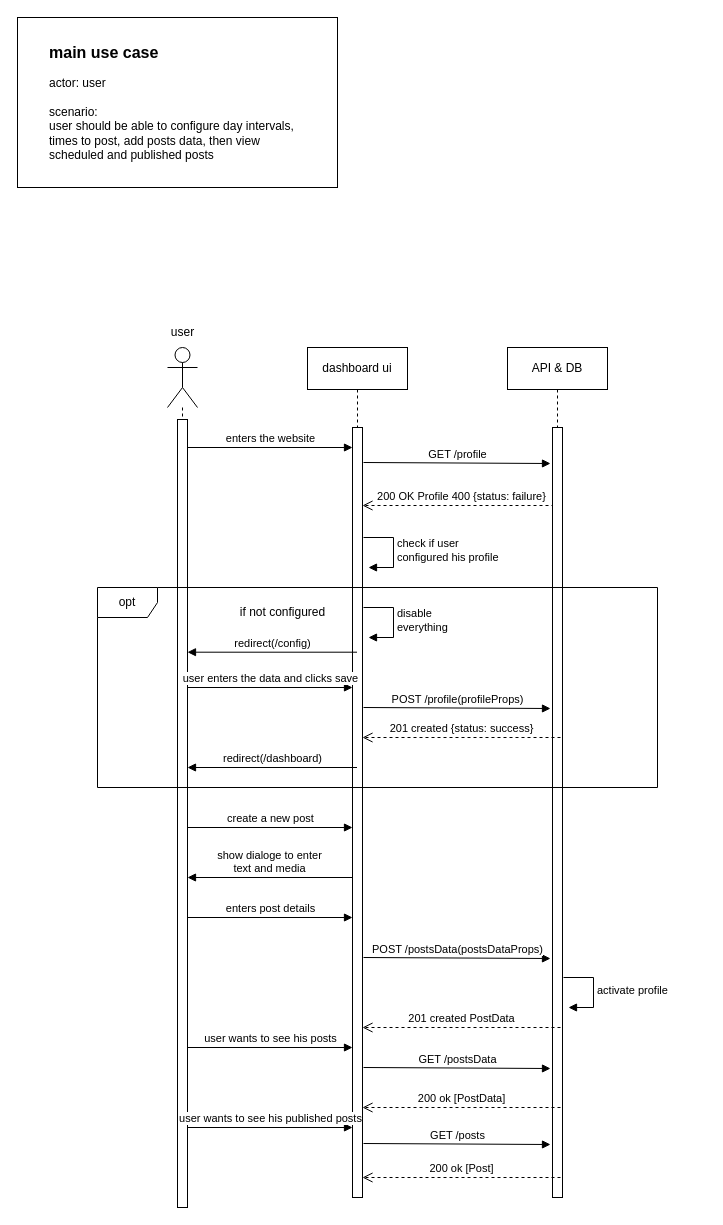
This is page "main" (2 of 3) of auto-post.drawio from ahmed-elbehairy7/pamylka-system-design, a draw.io file, before an edit. Source tidied: cells renumbered, new cells numbered last; positions are measured from the earlier drawing's top-left corner, leaving out a move shared by most shapes. Both pictures are drawn from the tidied source at 100%, with x=0, y=0 at pixel (17, 17).
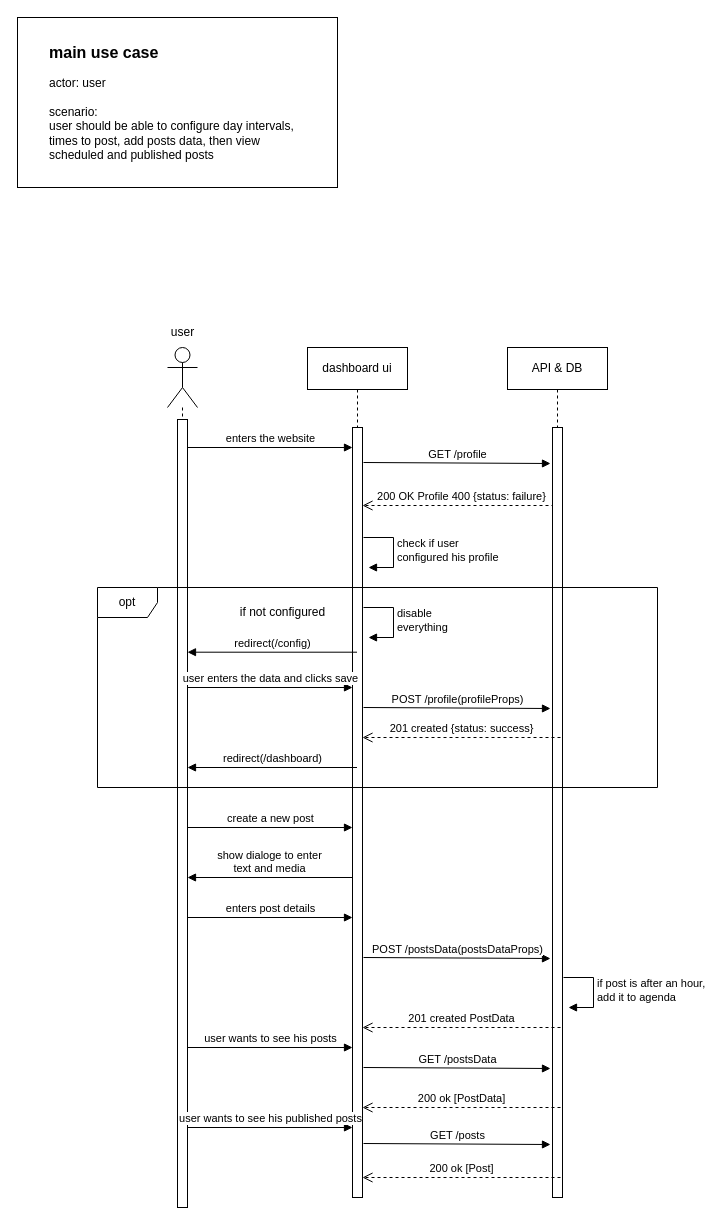
The same page after the edit.

Diff of the diagram source:
```diff
@@
-    <mxCell id="29" value="activate profile" style="html=1;align=left;spacingLeft=2;endArrow=block;rounded=0;edgeStyle=orthogonalEdgeStyle;curved=0;rounded=0;" parent="1" edge="1">
+    <mxCell id="29" value="if post is after an hour,&lt;div&gt;add it to agenda&lt;/div&gt;" style="html=1;align=left;spacingLeft=2;endArrow=block;rounded=0;edgeStyle=orthogonalEdgeStyle;curved=0;rounded=0;" parent="1" edge="1">
       <mxGeometry relative="1" as="geometry">
         <mxPoint x="546" y="960" as="sourcePoint" />
         <mxPoint x="551" y="990" as="targetPoint" />
         <Array as="points">
           <mxPoint x="576" y="990" />
         </Array>
       </mxGeometry>
     </mxCell>
```
